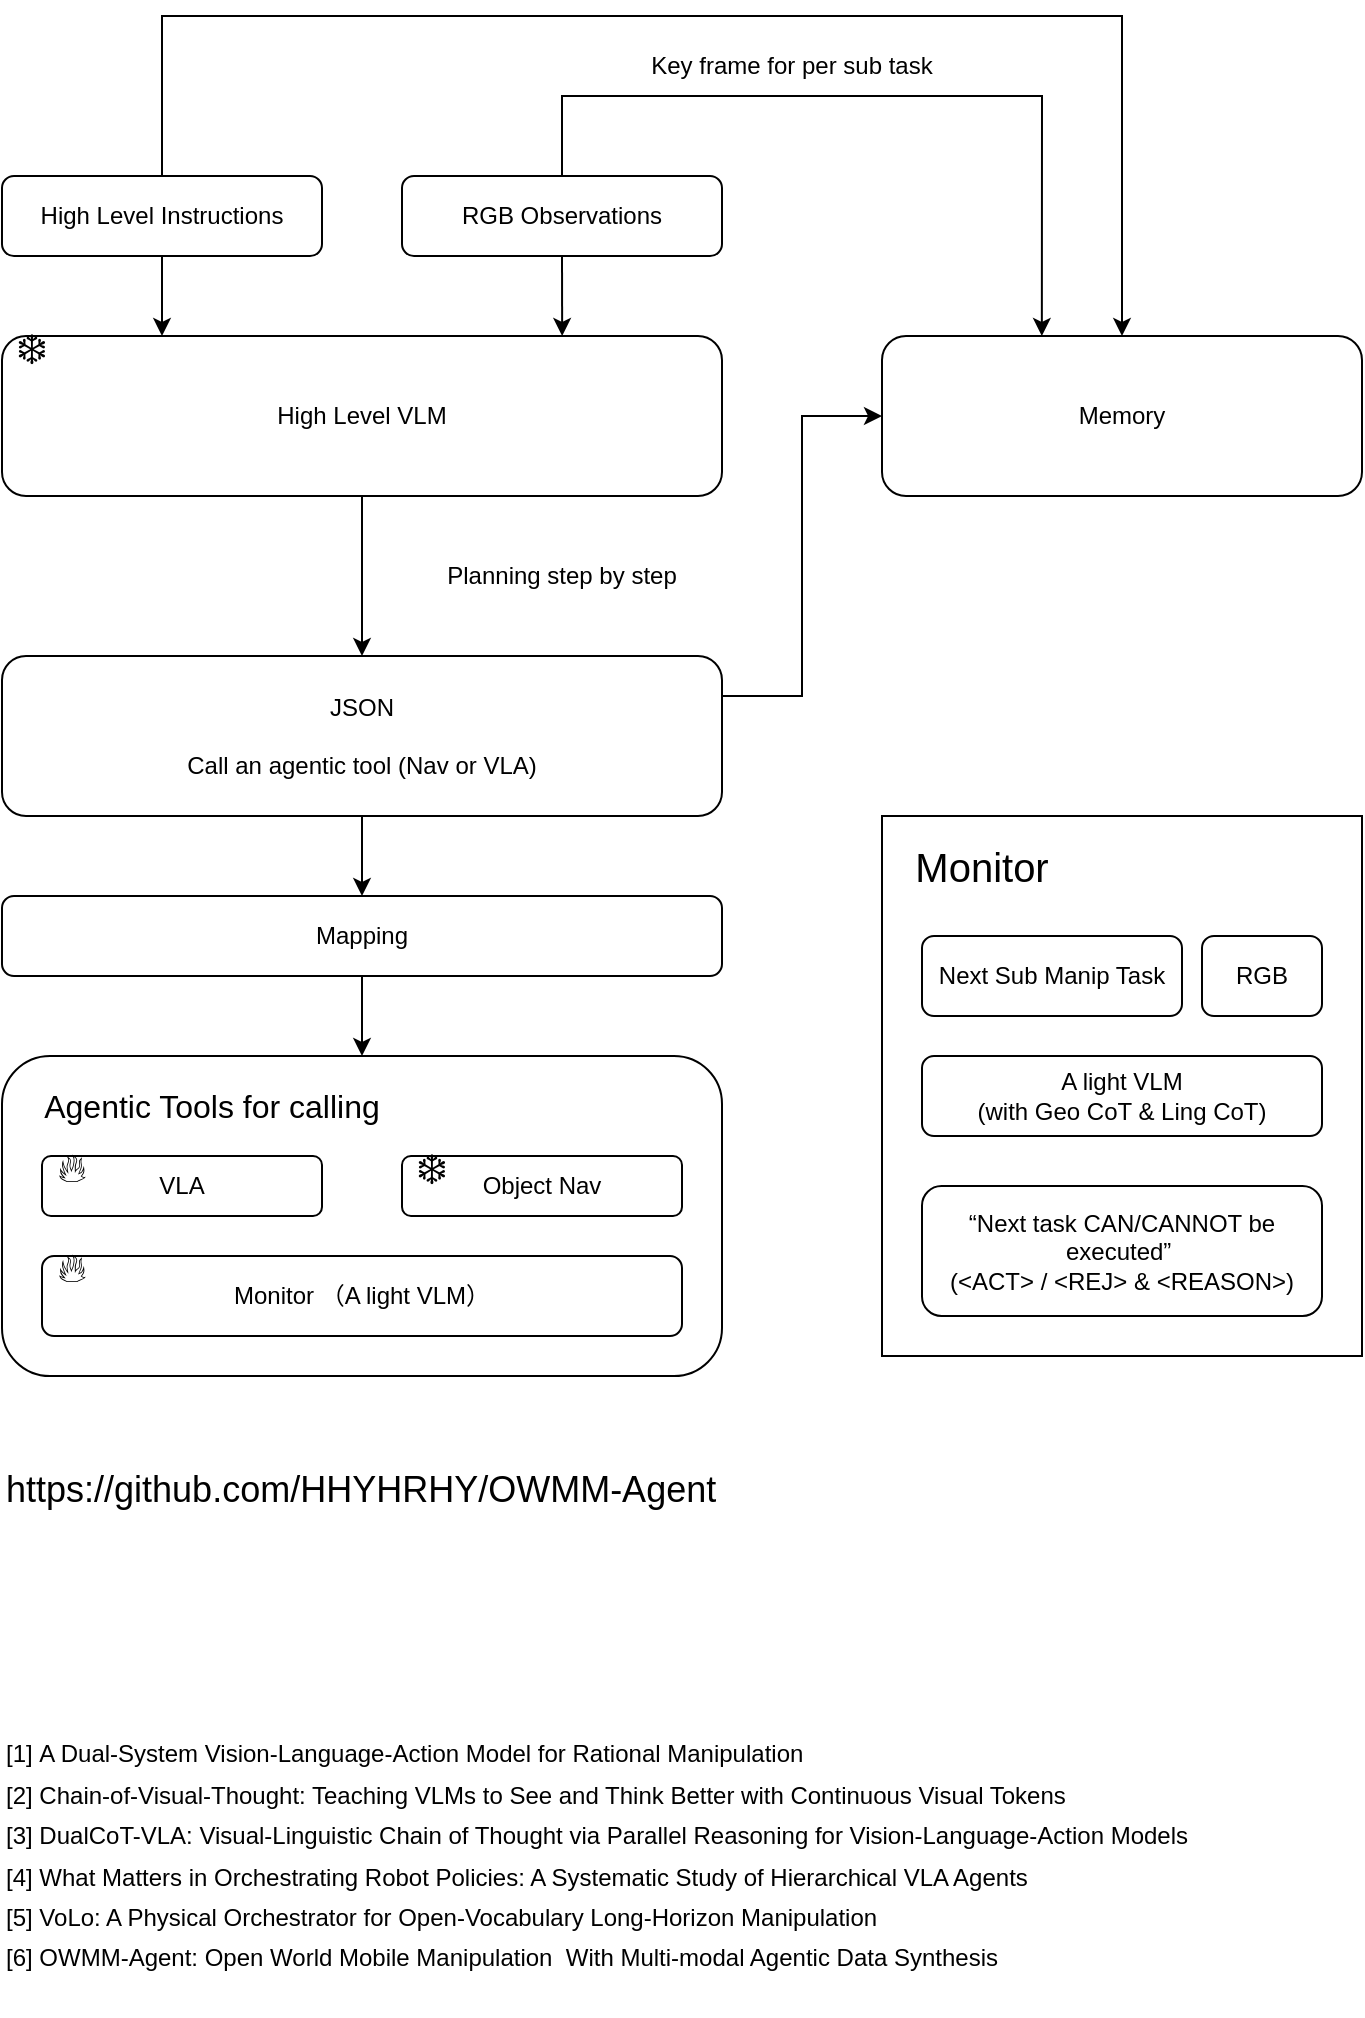
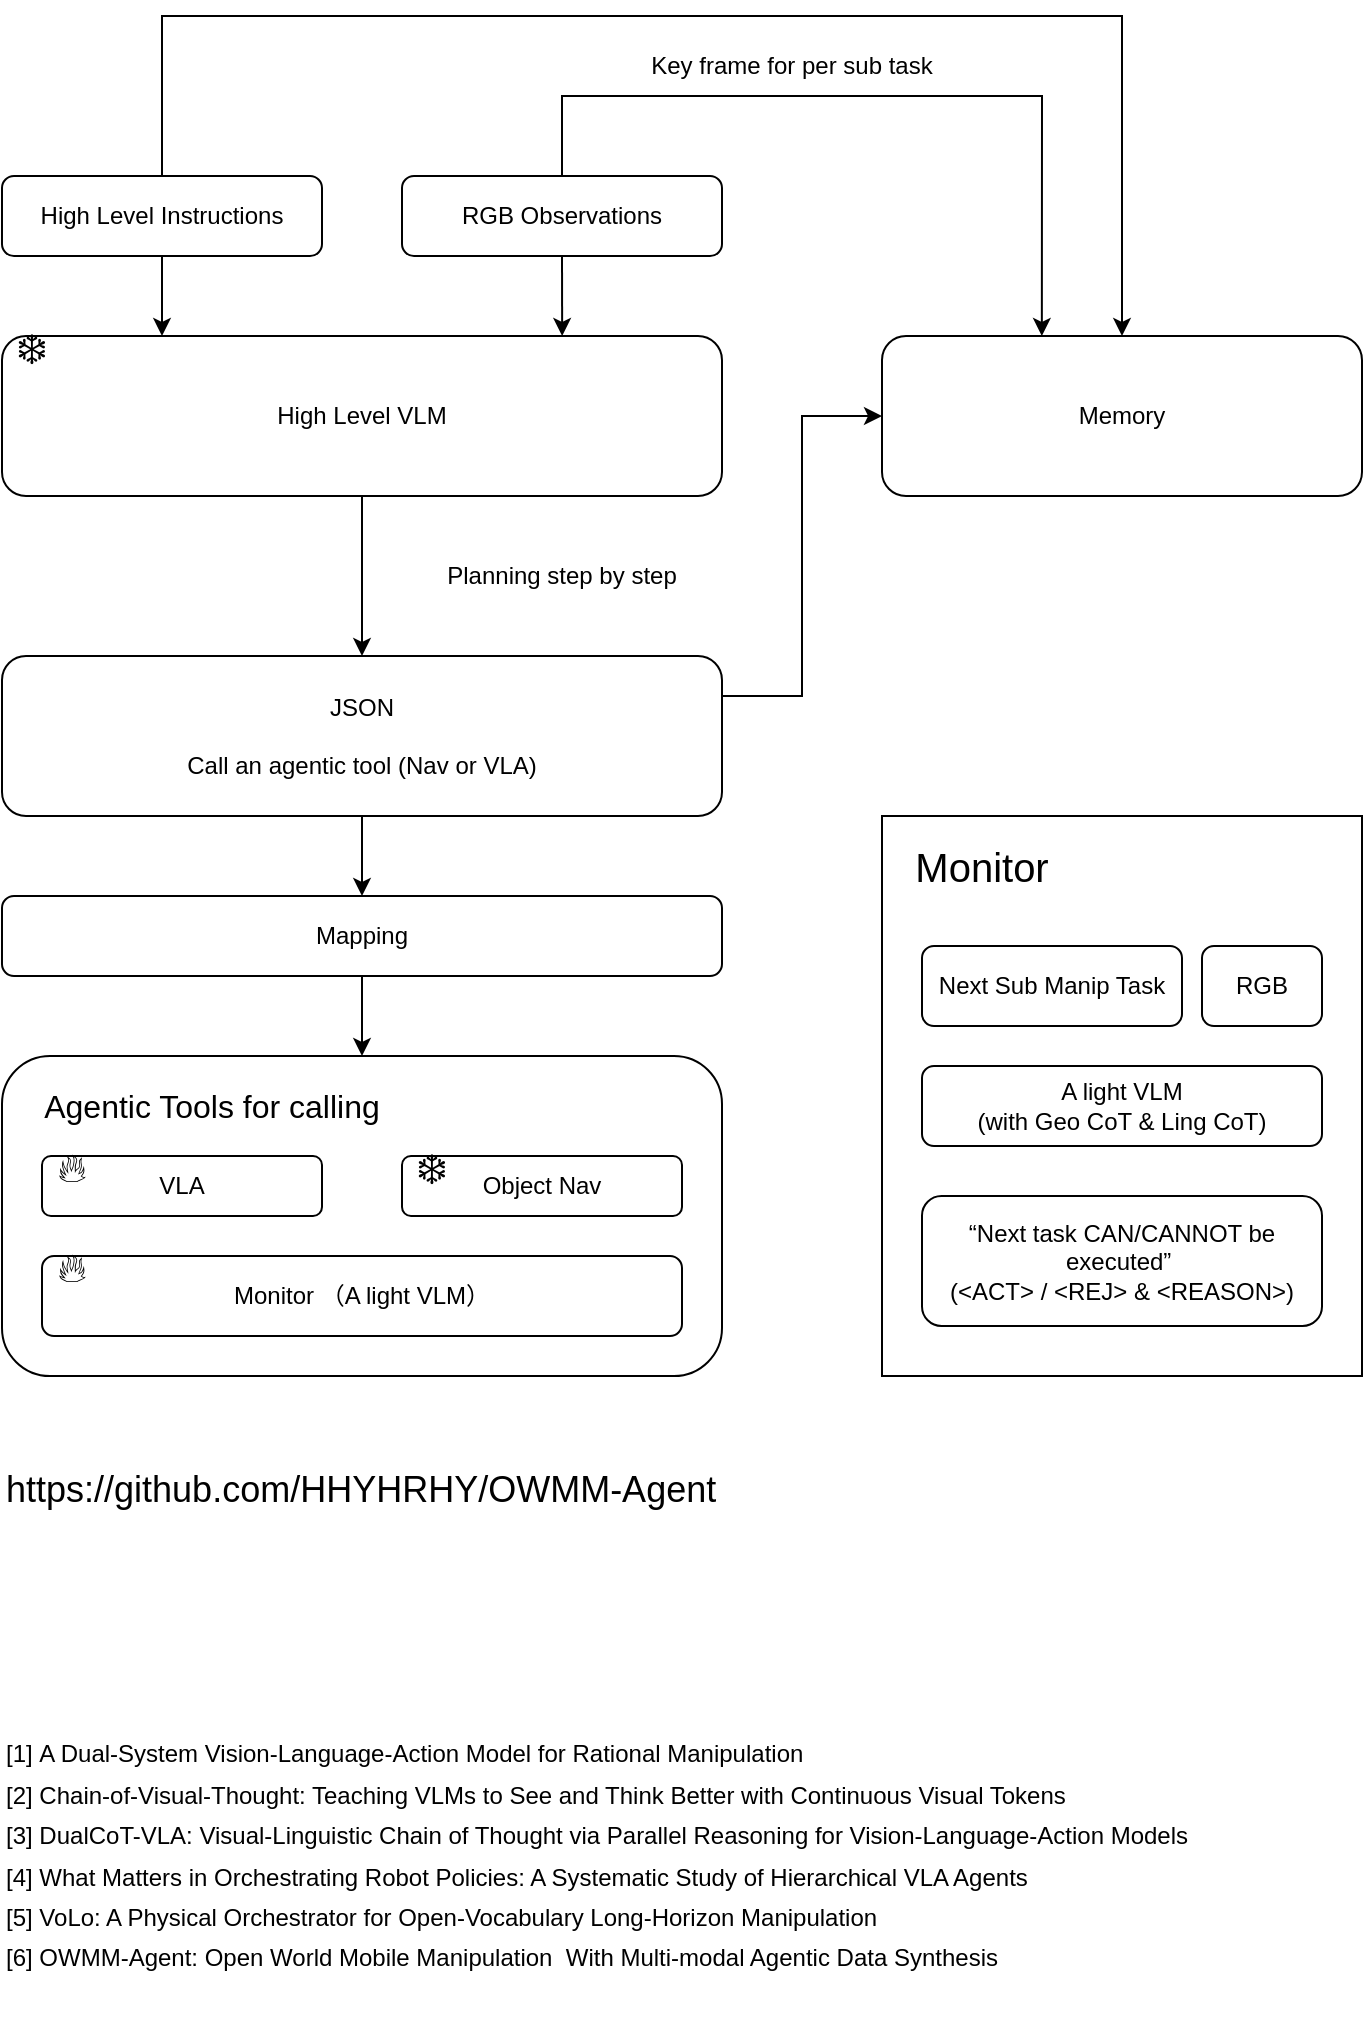
<mxfile host="app.diagrams.net">
  <diagram name="第 1 页" id="SWobSzjGXZ1coKkqmKQ2">
-     <mxGraphModel dx="2162" dy="1146" grid="1" gridSize="10" guides="1" tooltips="1" connect="1" arrows="1" fold="1" page="1" pageScale="1" pageWidth="827" pageHeight="1169" math="0" shadow="0">
+     <mxGraphModel dx="2054" dy="1155" grid="1" gridSize="10" guides="1" tooltips="1" connect="1" arrows="1" fold="1" page="1" pageScale="1" pageWidth="827" pageHeight="1169" math="0" shadow="0">
      <root>
        <mxCell id="0" />
        <mxCell id="1" parent="0" />
        <mxCell id="7Ym0Fd_QV1WrJOhFT2Ra-2" parent="1" style="rounded=1;whiteSpace=wrap;html=1;" value="High Level Instructions" vertex="1">
          <mxGeometry height="40" width="160" x="80" y="200" as="geometry" />
        </mxCell>
        <mxCell id="7Ym0Fd_QV1WrJOhFT2Ra-3" parent="1" style="rounded=1;whiteSpace=wrap;html=1;" value="RGB Observations" vertex="1">
          <mxGeometry height="40" width="160" x="280" y="200" as="geometry" />
        </mxCell>
        <mxCell id="7Ym0Fd_QV1WrJOhFT2Ra-4" parent="1" style="rounded=1;whiteSpace=wrap;html=1;" value="High Level VLM" vertex="1">
          <mxGeometry height="80" width="360" x="80" y="280" as="geometry" />
        </mxCell>
        <mxCell id="7Ym0Fd_QV1WrJOhFT2Ra-5" edge="1" parent="1" source="7Ym0Fd_QV1WrJOhFT2Ra-2" style="endArrow=classic;html=1;rounded=0;exitX=0.5;exitY=1;exitDx=0;exitDy=0;" value="">
          <mxGeometry height="50" relative="1" width="50" as="geometry">
            <mxPoint x="540" y="590" as="sourcePoint" />
            <mxPoint x="160" y="280" as="targetPoint" />
          </mxGeometry>
        </mxCell>
        <mxCell id="7Ym0Fd_QV1WrJOhFT2Ra-6" edge="1" parent="1" source="7Ym0Fd_QV1WrJOhFT2Ra-3" style="endArrow=classic;html=1;rounded=0;exitX=0.5;exitY=1;exitDx=0;exitDy=0;entryX=0.778;entryY=0;entryDx=0;entryDy=0;entryPerimeter=0;" target="7Ym0Fd_QV1WrJOhFT2Ra-4" value="">
          <mxGeometry height="50" relative="1" width="50" as="geometry">
            <mxPoint x="270" y="260" as="sourcePoint" />
            <mxPoint x="370" y="310" as="targetPoint" />
          </mxGeometry>
        </mxCell>
        <mxCell id="7Ym0Fd_QV1WrJOhFT2Ra-7" parent="1" style="rounded=1;whiteSpace=wrap;html=1;" value="" vertex="1">
          <mxGeometry height="160" width="360" x="80" y="640" as="geometry" />
        </mxCell>
        <mxCell id="7Ym0Fd_QV1WrJOhFT2Ra-8" parent="1" style="text;html=1;whiteSpace=wrap;strokeColor=none;fillColor=none;align=center;verticalAlign=middle;rounded=0;fontSize=16;" value="Agentic Tools for calling" vertex="1">
          <mxGeometry height="30" width="170" x="100" y="650" as="geometry" />
        </mxCell>
        <mxCell id="7Ym0Fd_QV1WrJOhFT2Ra-9" parent="1" style="rounded=1;whiteSpace=wrap;html=1;" value="VLA" vertex="1">
          <mxGeometry height="30" width="140" x="100" y="690" as="geometry" />
        </mxCell>
        <mxCell id="7Ym0Fd_QV1WrJOhFT2Ra-10" parent="1" style="rounded=1;whiteSpace=wrap;html=1;" value="Object Nav" vertex="1">
          <mxGeometry height="30" width="140" x="280" y="690" as="geometry" />
        </mxCell>
        <mxCell id="7Ym0Fd_QV1WrJOhFT2Ra-18" edge="1" parent="1" source="7Ym0Fd_QV1WrJOhFT2Ra-12" style="edgeStyle=orthogonalEdgeStyle;rounded=0;orthogonalLoop=1;jettySize=auto;html=1;" target="7Ym0Fd_QV1WrJOhFT2Ra-17" value="">
          <mxGeometry relative="1" as="geometry" />
        </mxCell>
        <mxCell id="7Ym0Fd_QV1WrJOhFT2Ra-33" edge="1" parent="1" source="7Ym0Fd_QV1WrJOhFT2Ra-12" style="edgeStyle=orthogonalEdgeStyle;rounded=0;orthogonalLoop=1;jettySize=auto;html=1;exitX=1;exitY=0.5;exitDx=0;exitDy=0;entryX=0;entryY=0.5;entryDx=0;entryDy=0;" target="7Ym0Fd_QV1WrJOhFT2Ra-21">
          <mxGeometry relative="1" as="geometry">
            <Array as="points">
              <mxPoint x="440" y="460" />
              <mxPoint x="480" y="460" />
              <mxPoint x="480" y="320" />
            </Array>
          </mxGeometry>
        </mxCell>
        <mxCell id="7Ym0Fd_QV1WrJOhFT2Ra-12" parent="1" style="rounded=1;whiteSpace=wrap;html=1;" value="&lt;div&gt;&lt;br&gt;&lt;/div&gt;JSON&lt;div&gt;&lt;br&gt;&lt;/div&gt;&lt;div&gt;Call an agentic tool (Nav or VLA)&lt;/div&gt;&lt;div&gt;&lt;br&gt;&lt;/div&gt;" vertex="1">
          <mxGeometry height="80" width="360" x="80" y="440" as="geometry" />
        </mxCell>
        <mxCell id="7Ym0Fd_QV1WrJOhFT2Ra-13" edge="1" parent="1" source="7Ym0Fd_QV1WrJOhFT2Ra-4" style="endArrow=classic;html=1;rounded=0;exitX=0.5;exitY=1;exitDx=0;exitDy=0;entryX=0.5;entryY=0;entryDx=0;entryDy=0;" target="7Ym0Fd_QV1WrJOhFT2Ra-12" value="">
          <mxGeometry height="50" relative="1" width="50" as="geometry">
            <mxPoint x="520" y="410" as="sourcePoint" />
            <mxPoint x="570" y="360" as="targetPoint" />
          </mxGeometry>
        </mxCell>
        <mxCell id="7Ym0Fd_QV1WrJOhFT2Ra-14" parent="1" style="text;html=1;whiteSpace=wrap;strokeColor=none;fillColor=none;align=center;verticalAlign=middle;rounded=0;" value="Planning step by step" vertex="1">
          <mxGeometry height="40" width="160" x="280" y="380" as="geometry" />
        </mxCell>
        <mxCell id="7Ym0Fd_QV1WrJOhFT2Ra-20" edge="1" parent="1" source="7Ym0Fd_QV1WrJOhFT2Ra-17" style="edgeStyle=orthogonalEdgeStyle;rounded=0;orthogonalLoop=1;jettySize=auto;html=1;entryX=0.5;entryY=0;entryDx=0;entryDy=0;" target="7Ym0Fd_QV1WrJOhFT2Ra-7">
          <mxGeometry relative="1" as="geometry" />
        </mxCell>
        <mxCell id="7Ym0Fd_QV1WrJOhFT2Ra-17" parent="1" style="rounded=1;whiteSpace=wrap;html=1;" value="Mapping" vertex="1">
          <mxGeometry height="40" width="360" x="80" y="560" as="geometry" />
        </mxCell>
        <mxCell id="7Ym0Fd_QV1WrJOhFT2Ra-21" parent="1" style="rounded=1;whiteSpace=wrap;html=1;" value="Memory" vertex="1">
          <mxGeometry height="80" width="240" x="520" y="280" as="geometry" />
        </mxCell>
        <mxCell id="7Ym0Fd_QV1WrJOhFT2Ra-25" parent="1" style="text;html=1;whiteSpace=wrap;strokeColor=none;fillColor=none;align=center;verticalAlign=middle;rounded=0;fontSize=20;" value="❄️" vertex="1">
          <mxGeometry height="30" width="30" x="80" y="270" as="geometry" />
        </mxCell>
        <mxCell id="7Ym0Fd_QV1WrJOhFT2Ra-26" parent="1" style="text;html=1;whiteSpace=wrap;strokeColor=none;fillColor=none;align=center;verticalAlign=middle;rounded=0;fontSize=20;" value="🔥" vertex="1">
          <mxGeometry height="30" width="30" x="100" y="680" as="geometry" />
        </mxCell>
        <mxCell id="7Ym0Fd_QV1WrJOhFT2Ra-27" parent="1" style="text;html=1;whiteSpace=wrap;strokeColor=none;fillColor=none;align=center;verticalAlign=middle;rounded=0;fontSize=20;" value="❄️" vertex="1">
          <mxGeometry height="30" width="30" x="280" y="680" as="geometry" />
        </mxCell>
        <mxCell id="7Ym0Fd_QV1WrJOhFT2Ra-29" edge="1" parent="1" source="7Ym0Fd_QV1WrJOhFT2Ra-2" style="endArrow=classic;html=1;rounded=0;exitX=0.5;exitY=0;exitDx=0;exitDy=0;entryX=0.5;entryY=0;entryDx=0;entryDy=0;" target="7Ym0Fd_QV1WrJOhFT2Ra-21" value="">
          <mxGeometry height="50" relative="1" width="50" as="geometry">
            <Array as="points">
              <mxPoint x="160" y="120" />
              <mxPoint x="640" y="120" />
            </Array>
            <mxPoint x="350" y="670" as="sourcePoint" />
            <mxPoint x="660" y="160" as="targetPoint" />
          </mxGeometry>
        </mxCell>
        <mxCell id="7Ym0Fd_QV1WrJOhFT2Ra-31" edge="1" parent="1" style="endArrow=classic;html=1;rounded=0;exitX=0.5;exitY=0;exitDx=0;exitDy=0;entryX=0.333;entryY=0;entryDx=0;entryDy=0;entryPerimeter=0;" target="7Ym0Fd_QV1WrJOhFT2Ra-21" value="">
          <mxGeometry height="50" relative="1" width="50" as="geometry">
            <Array as="points">
              <mxPoint x="360" y="160" />
              <mxPoint x="600" y="160" />
            </Array>
            <mxPoint x="360" y="200" as="sourcePoint" />
            <mxPoint x="840" y="200" as="targetPoint" />
          </mxGeometry>
        </mxCell>
        <mxCell id="7Ym0Fd_QV1WrJOhFT2Ra-32" parent="1" style="text;html=1;whiteSpace=wrap;strokeColor=none;fillColor=none;align=center;verticalAlign=middle;rounded=0;" value="Key frame for per sub task" vertex="1">
          <mxGeometry height="30" width="150" x="400" y="130" as="geometry" />
        </mxCell>
        <mxCell id="7Ym0Fd_QV1WrJOhFT2Ra-40" parent="1" style="rounded=1;whiteSpace=wrap;html=1;" value="Monitor （A light VLM）" vertex="1">
          <mxGeometry height="40" width="320" x="100" y="740" as="geometry" />
        </mxCell>
        <mxCell id="7Ym0Fd_QV1WrJOhFT2Ra-23" parent="1" style="text;html=1;whiteSpace=wrap;strokeColor=none;fillColor=none;align=center;verticalAlign=middle;rounded=0;fontSize=20;" value="🔥" vertex="1">
          <mxGeometry height="30" width="30" x="100" y="730" as="geometry" />
        </mxCell>
        <mxCell id="7Ym0Fd_QV1WrJOhFT2Ra-41" parent="1" style="rounded=0;whiteSpace=wrap;html=1;" value="" vertex="1">
-           <mxGeometry height="270" width="240" x="520" y="520" as="geometry" />
+           <mxGeometry height="280" width="240" x="520" y="520" as="geometry" />
        </mxCell>
        <mxCell id="7Ym0Fd_QV1WrJOhFT2Ra-42" parent="1" style="text;html=1;whiteSpace=wrap;strokeColor=none;fillColor=none;align=center;verticalAlign=middle;rounded=0;fontSize=20;" value="Monitor" vertex="1">
          <mxGeometry height="30" width="60" x="540" y="530" as="geometry" />
        </mxCell>
        <mxCell id="7Ym0Fd_QV1WrJOhFT2Ra-43" parent="1" style="rounded=1;whiteSpace=wrap;html=1;" value="A light VLM&lt;div&gt;(with Geo CoT &amp;amp; Ling CoT)&lt;/div&gt;" vertex="1">
-           <mxGeometry height="40" width="200" x="540" y="640" as="geometry" />
+           <mxGeometry height="40" width="200" x="540" y="645" as="geometry" />
        </mxCell>
        <mxCell id="7Ym0Fd_QV1WrJOhFT2Ra-44" parent="1" style="rounded=1;whiteSpace=wrap;html=1;" value="Next Sub Manip Task" vertex="1">
-           <mxGeometry height="40" width="130" x="540" y="580" as="geometry" />
+           <mxGeometry height="40" width="130" x="540" y="585" as="geometry" />
        </mxCell>
        <mxCell id="7Ym0Fd_QV1WrJOhFT2Ra-45" parent="1" style="rounded=1;whiteSpace=wrap;html=1;" value="RGB" vertex="1">
-           <mxGeometry height="40" width="60" x="680" y="580" as="geometry" />
+           <mxGeometry height="40" width="60" x="680" y="585" as="geometry" />
        </mxCell>
        <mxCell id="7Ym0Fd_QV1WrJOhFT2Ra-46" parent="1" style="rounded=1;whiteSpace=wrap;html=1;" value="“Next task CAN/CANNOT be executed”&amp;nbsp;&lt;div&gt;(&amp;lt;ACT&amp;gt; / &amp;lt;REJ&amp;gt; &amp;amp; &amp;lt;REASON&amp;gt;)&lt;/div&gt;" vertex="1">
-           <mxGeometry height="65" width="200" x="540" y="705" as="geometry" />
+           <mxGeometry height="65" width="200" x="540" y="710" as="geometry" />
        </mxCell>
        <mxCell id="7Ym0Fd_QV1WrJOhFT2Ra-49" parent="1" style="text;html=1;whiteSpace=wrap;strokeColor=none;fillColor=none;align=left;verticalAlign=middle;rounded=0;" value="&lt;div style=&quot;line-height: 170%;&quot;&gt;[1]&amp;nbsp;A Dual-System Vision-Language-Action Model for Rational Manipulation&lt;div&gt;[2]&amp;nbsp;Chain-of-Visual-Thought: Teaching VLMs to See and Think Better with Continuous Visual Tokens&lt;/div&gt;&lt;div&gt;[3]&amp;nbsp;DualCoT-VLA: Visual-Linguistic Chain of Thought via Parallel Reasoning for Vision-Language-Action Models&lt;/div&gt;&lt;div&gt;[4]&amp;nbsp;What Matters in Orchestrating Robot Policies: A Systematic Study of Hierarchical VLA Agents&lt;/div&gt;&lt;div&gt;[5]&amp;nbsp;VoLo: A Physical Orchestrator for Open-Vocabulary Long-Horizon Manipulation&lt;/div&gt;&lt;div&gt;[6]&amp;nbsp;OWMM-Agent: Open World Mobile Manipulation&amp;nbsp; With Multi-modal Agentic Data Synthesis&lt;/div&gt;&lt;/div&gt;" vertex="1">
          <mxGeometry height="160" width="640" x="80" y="960" as="geometry" />
        </mxCell>
        <UserObject label="https://github.com/HHYHRHY/OWMM-Agent" link="https://github.com/HHYHRHY/OWMM-Agent" id="7Ym0Fd_QV1WrJOhFT2Ra-51">
          <mxCell parent="1" style="text;whiteSpace=wrap;fontSize=18;" vertex="1">
            <mxGeometry height="30" width="430" x="80" y="840" as="geometry" />
          </mxCell>
        </UserObject>
      </root>
    </mxGraphModel>
  </diagram>
</mxfile>
